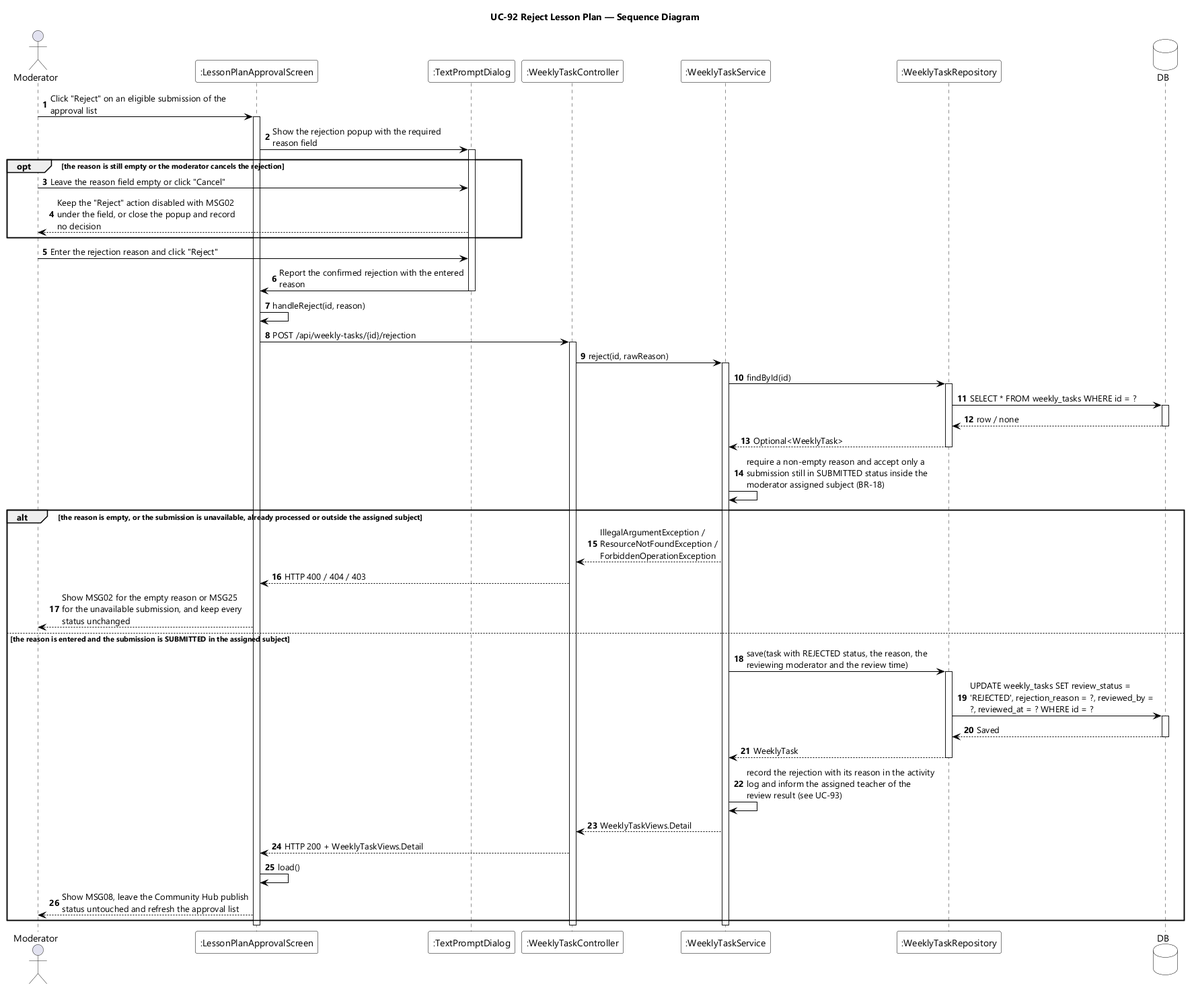
Above: designs/sds-diagrams/uc92/uc92-sequence-diagram.png in EduA-system/EduA-system (PlantUML), before the change. Source of this version:
```plantuml
@startuml UC-92 Reject Lesson Plan - Sequence Diagram
skinparamlocked dpi 96
skinparam defaultFontName "Segoe UI"
skinparam shadowing false
skinparam ParticipantBackgroundColor #FFFFFF
skinparam ParticipantBorderColor #000000
skinparam DatabaseBackgroundColor #FFFFFF
skinparam DatabaseBorderColor #000000
skinparam ArrowColor #000000
skinparam sequenceMessageAlign left
skinparam maxMessageSize 280
title UC-92 Reject Lesson Plan — Sequence Diagram

actor Moderator
participant ":LessonPlanApprovalScreen" as UI
participant ":TextPromptDialog" as PROMPT
participant ":WeeklyTaskController" as CTL
participant ":WeeklyTaskService" as SVC
participant ":WeeklyTaskRepository" as REPO
database DB

autonumber
Moderator -> UI : Click "Reject" on an eligible submission of the approval list
activate UI
UI -> PROMPT : Show the rejection popup with the required reason field
activate PROMPT

opt the reason is still empty or the moderator cancels the rejection
  Moderator -> PROMPT : Leave the reason field empty or click "Cancel"
  PROMPT --> Moderator : Keep the "Reject" action disabled with MSG02 under the field, or close the popup and record no decision
end

Moderator -> PROMPT : Enter the rejection reason and click "Reject"
PROMPT -> UI : Report the confirmed rejection with the entered reason
deactivate PROMPT
UI -> UI : handleReject(id, reason)
UI -> CTL : POST /api/weekly-tasks/{id}/rejection
activate CTL
CTL -> SVC : reject(id, rawReason)
activate SVC
SVC -> REPO : findById(id)
activate REPO
REPO -> DB : SELECT * FROM weekly_tasks WHERE id = ?
activate DB
DB --> REPO : row / none
deactivate DB
REPO --> SVC : Optional<WeeklyTask>
deactivate REPO
SVC -> SVC : require a non-empty reason and accept only a submission still in SUBMITTED status inside the moderator assigned subject (BR-18)

alt the reason is empty, or the submission is unavailable, already processed or outside the assigned subject
  SVC --> CTL : IllegalArgumentException / ResourceNotFoundException / ForbiddenOperationException
  CTL --> UI : HTTP 400 / 404 / 403
  UI --> Moderator : Show MSG02 for the empty reason or MSG25 for the unavailable submission, and keep every status unchanged
else the reason is entered and the submission is SUBMITTED in the assigned subject
  SVC -> REPO : save(task with REJECTED status, the reason, the reviewing moderator and the review time)
  activate REPO
  REPO -> DB : UPDATE weekly_tasks SET review_status = 'REJECTED', rejection_reason = ?, reviewed_by = ?, reviewed_at = ? WHERE id = ?
  activate DB
  DB --> REPO : Saved
  deactivate DB
  REPO --> SVC : WeeklyTask
  deactivate REPO
  SVC -> SVC : record the rejection with its reason in the activity log and inform the assigned teacher of the review result (see UC-93)
  SVC --> CTL : WeeklyTaskViews.Detail
  CTL --> UI : HTTP 200 + WeeklyTaskViews.Detail
  UI -> UI : load()
  UI --> Moderator : Show MSG08, leave the Community Hub publish status untouched and refresh the approval list
end
deactivate SVC
deactivate CTL
deactivate UI
@enduml
```
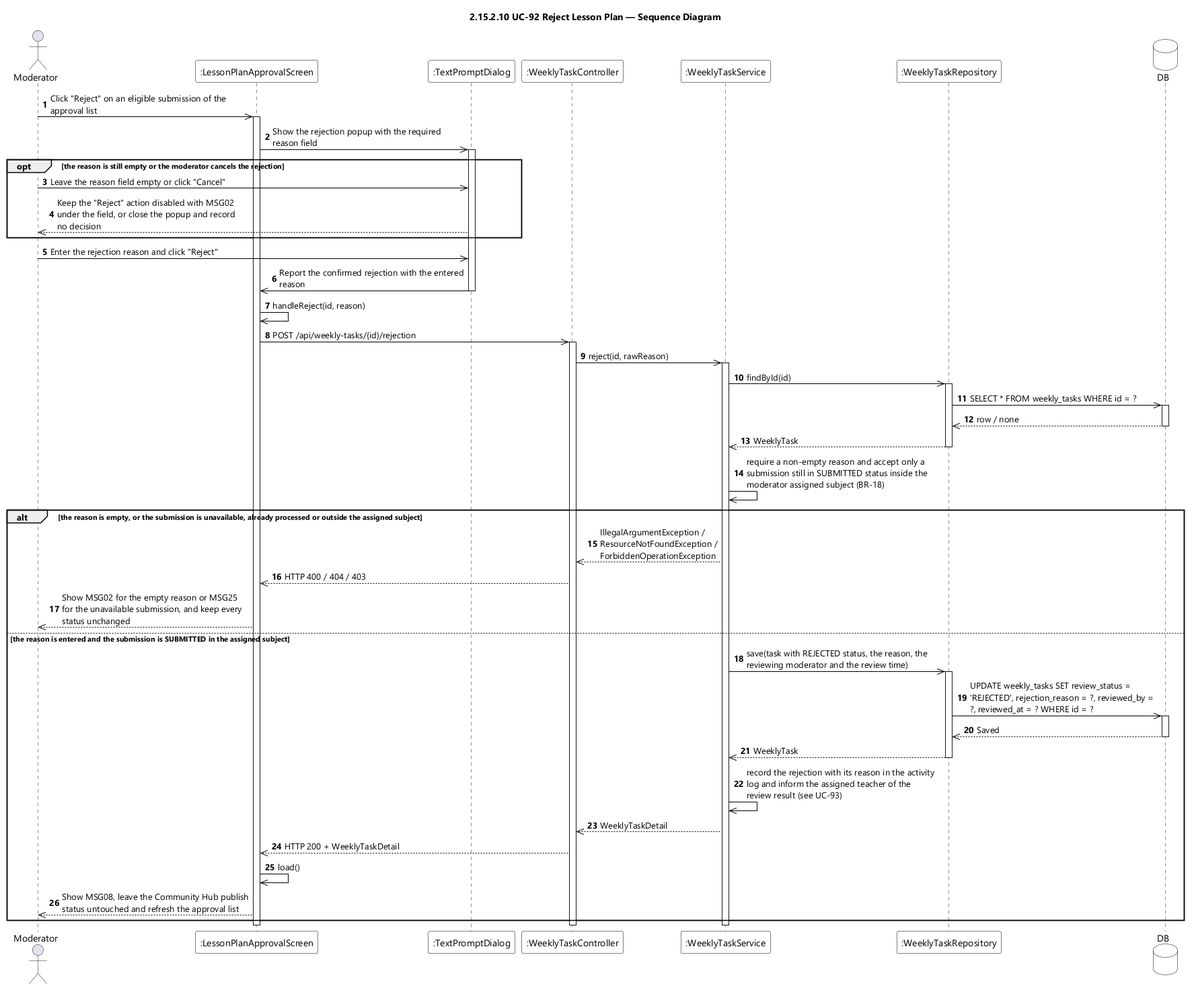
Later version of the same file.

The edit, as a diff of the source:
```diff
@@ -9,7 +9,7 @@
 skinparam ArrowColor #000000
 skinparam sequenceMessageAlign left
 skinparam maxMessageSize 280
-title UC-92 Reject Lesson Plan — Sequence Diagram
+title 2.15.2.10 UC-92 Reject Lesson Plan — Sequence Diagram
 
 actor Moderator
 participant ":LessonPlanApprovalScreen" as UI
@@ -20,52 +20,52 @@
 database DB
 
 autonumber
-Moderator -> UI : Click "Reject" on an eligible submission of the approval list
+Moderator ->> UI : Click "Reject" on an eligible submission of the approval list
 activate UI
-UI -> PROMPT : Show the rejection popup with the required reason field
+UI ->> PROMPT : Show the rejection popup with the required reason field
 activate PROMPT
 
 opt the reason is still empty or the moderator cancels the rejection
-  Moderator -> PROMPT : Leave the reason field empty or click "Cancel"
-  PROMPT --> Moderator : Keep the "Reject" action disabled with MSG02 under the field, or close the popup and record no decision
+  Moderator ->> PROMPT : Leave the reason field empty or click "Cancel"
+  PROMPT -->> Moderator : Keep the "Reject" action disabled with MSG02 under the field, or close the popup and record no decision
 end
 
-Moderator -> PROMPT : Enter the rejection reason and click "Reject"
-PROMPT -> UI : Report the confirmed rejection with the entered reason
+Moderator ->> PROMPT : Enter the rejection reason and click "Reject"
+PROMPT ->> UI : Report the confirmed rejection with the entered reason
 deactivate PROMPT
-UI -> UI : handleReject(id, reason)
-UI -> CTL : POST /api/weekly-tasks/{id}/rejection
+UI ->> UI : handleReject(id, reason)
+UI ->> CTL : POST /api/weekly-tasks/{id}/rejection
 activate CTL
-CTL -> SVC : reject(id, rawReason)
+CTL ->> SVC : reject(id, rawReason)
 activate SVC
-SVC -> REPO : findById(id)
+SVC ->> REPO : findById(id)
 activate REPO
-REPO -> DB : SELECT * FROM weekly_tasks WHERE id = ?
+REPO ->> DB : SELECT * FROM weekly_tasks WHERE id = ?
 activate DB
-DB --> REPO : row / none
+DB -->> REPO : row / none
 deactivate DB
-REPO --> SVC : Optional<WeeklyTask>
+REPO -->> SVC : WeeklyTask
 deactivate REPO
-SVC -> SVC : require a non-empty reason and accept only a submission still in SUBMITTED status inside the moderator assigned subject (BR-18)
+SVC ->> SVC : require a non-empty reason and accept only a submission still in SUBMITTED status inside the moderator assigned subject (BR-18)
 
 alt the reason is empty, or the submission is unavailable, already processed or outside the assigned subject
-  SVC --> CTL : IllegalArgumentException / ResourceNotFoundException / ForbiddenOperationException
-  CTL --> UI : HTTP 400 / 404 / 403
-  UI --> Moderator : Show MSG02 for the empty reason or MSG25 for the unavailable submission, and keep every status unchanged
+  SVC -->> CTL : IllegalArgumentException / ResourceNotFoundException / ForbiddenOperationException
+  CTL -->> UI : HTTP 400 / 404 / 403
+  UI -->> Moderator : Show MSG02 for the empty reason or MSG25 for the unavailable submission, and keep every status unchanged
 else the reason is entered and the submission is SUBMITTED in the assigned subject
-  SVC -> REPO : save(task with REJECTED status, the reason, the reviewing moderator and the review time)
+  SVC ->> REPO : save(task with REJECTED status, the reason, the reviewing moderator and the review time)
   activate REPO
-  REPO -> DB : UPDATE weekly_tasks SET review_status = 'REJECTED', rejection_reason = ?, reviewed_by = ?, reviewed_at = ? WHERE id = ?
+  REPO ->> DB : UPDATE weekly_tasks SET review_status = 'REJECTED', rejection_reason = ?, reviewed_by = ?, reviewed_at = ? WHERE id = ?
   activate DB
-  DB --> REPO : Saved
+  DB -->> REPO : Saved
   deactivate DB
-  REPO --> SVC : WeeklyTask
+  REPO -->> SVC : WeeklyTask
   deactivate REPO
-  SVC -> SVC : record the rejection with its reason in the activity log and inform the assigned teacher of the review result (see UC-93)
-  SVC --> CTL : WeeklyTaskViews.Detail
-  CTL --> UI : HTTP 200 + WeeklyTaskViews.Detail
-  UI -> UI : load()
-  UI --> Moderator : Show MSG08, leave the Community Hub publish status untouched and refresh the approval list
+  SVC ->> SVC : record the rejection with its reason in the activity log and inform the assigned teacher of the review result (see UC-93)
+  SVC -->> CTL : WeeklyTaskDetail
+  CTL -->> UI : HTTP 200 + WeeklyTaskDetail
+  UI ->> UI : load()
+  UI -->> Moderator : Show MSG08, leave the Community Hub publish status untouched and refresh the approval list
 end
 deactivate SVC
 deactivate CTL
```
